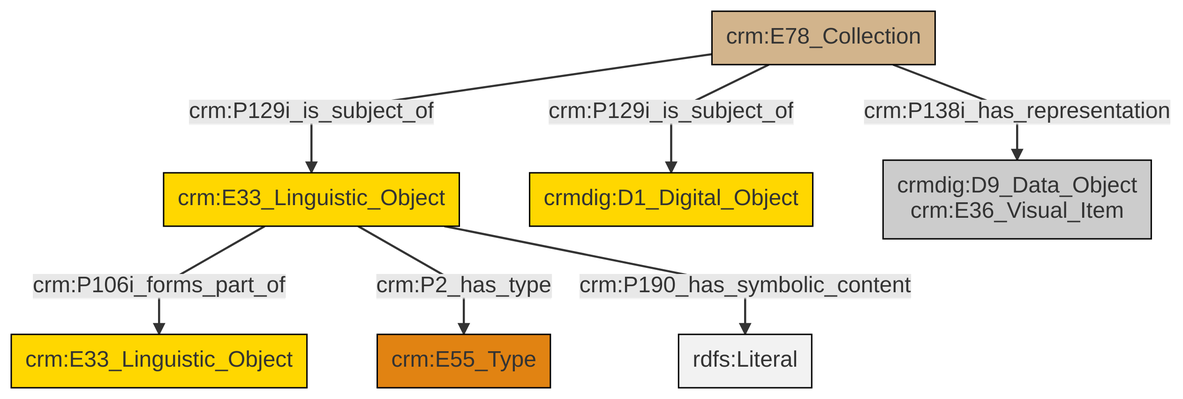
This is et/archivalCSV/ttl/mmd/png/archival_docs.png from swiss-art-research-net/docs.swissartresearch, a Mermaid export, as it was before one commit. Its source is kept beside it as et/archivalCSV/ttl/mmd/archival_docs.ttl.mmd.
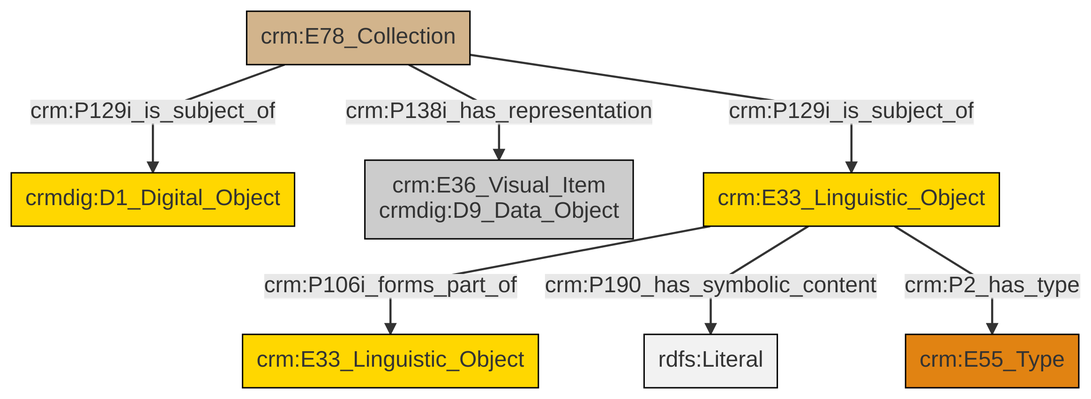
The same file after the commit.

What changed in the source:
```diff
@@ -13,9 +13,9 @@
 classDef PC_Classes fill:#4ce600, stroke:#000000;
 classDef Multi fill:#cccccc,stroke:#000000;
 
-0["crm:E78_Collection"]:::Physical_Thing -->|crm:P129i_is_subject_of| 1["crm:E33_Linguistic_Object"]:::Conceptual_Object
-1["crm:E33_Linguistic_Object"]:::Conceptual_Object -->|crm:P106i_forms_part_of| 3["crm:E33_Linguistic_Object"]:::Conceptual_Object
-0["crm:E78_Collection"]:::Physical_Thing -->|crm:P129i_is_subject_of| 4["crmdig:D1_Digital_Object"]:::Conceptual_Object
-1["crm:E33_Linguistic_Object"]:::Conceptual_Object -->|crm:P2_has_type| 8["crm:E55_Type"]:::Type
-1["crm:E33_Linguistic_Object"]:::Conceptual_Object -->|crm:P190_has_symbolic_content| 11[rdfs:Literal]:::Literal
-0["crm:E78_Collection"]:::Physical_Thing -->|crm:P138i_has_representation| 6["crmdig:D9_Data_Object<br>crm:E36_Visual_Item"]:::Multi
+2["crm:E78_Collection"]:::Physical_Thing -->|crm:P129i_is_subject_of| 3["crmdig:D1_Digital_Object"]:::Conceptual_Object
+9["crm:E33_Linguistic_Object"]:::Conceptual_Object -->|crm:P106i_forms_part_of| 7["crm:E33_Linguistic_Object"]:::Conceptual_Object
+9["crm:E33_Linguistic_Object"]:::Conceptual_Object -->|crm:P190_has_symbolic_content| 10[rdfs:Literal]:::Literal
+2["crm:E78_Collection"]:::Physical_Thing -->|crm:P129i_is_subject_of| 9["crm:E33_Linguistic_Object"]:::Conceptual_Object
+9["crm:E33_Linguistic_Object"]:::Conceptual_Object -->|crm:P2_has_type| 0["crm:E55_Type"]:::Type
+2["crm:E78_Collection"]:::Physical_Thing -->|crm:P138i_has_representation| 4["crm:E36_Visual_Item<br>crmdig:D9_Data_Object"]:::Multi
```
